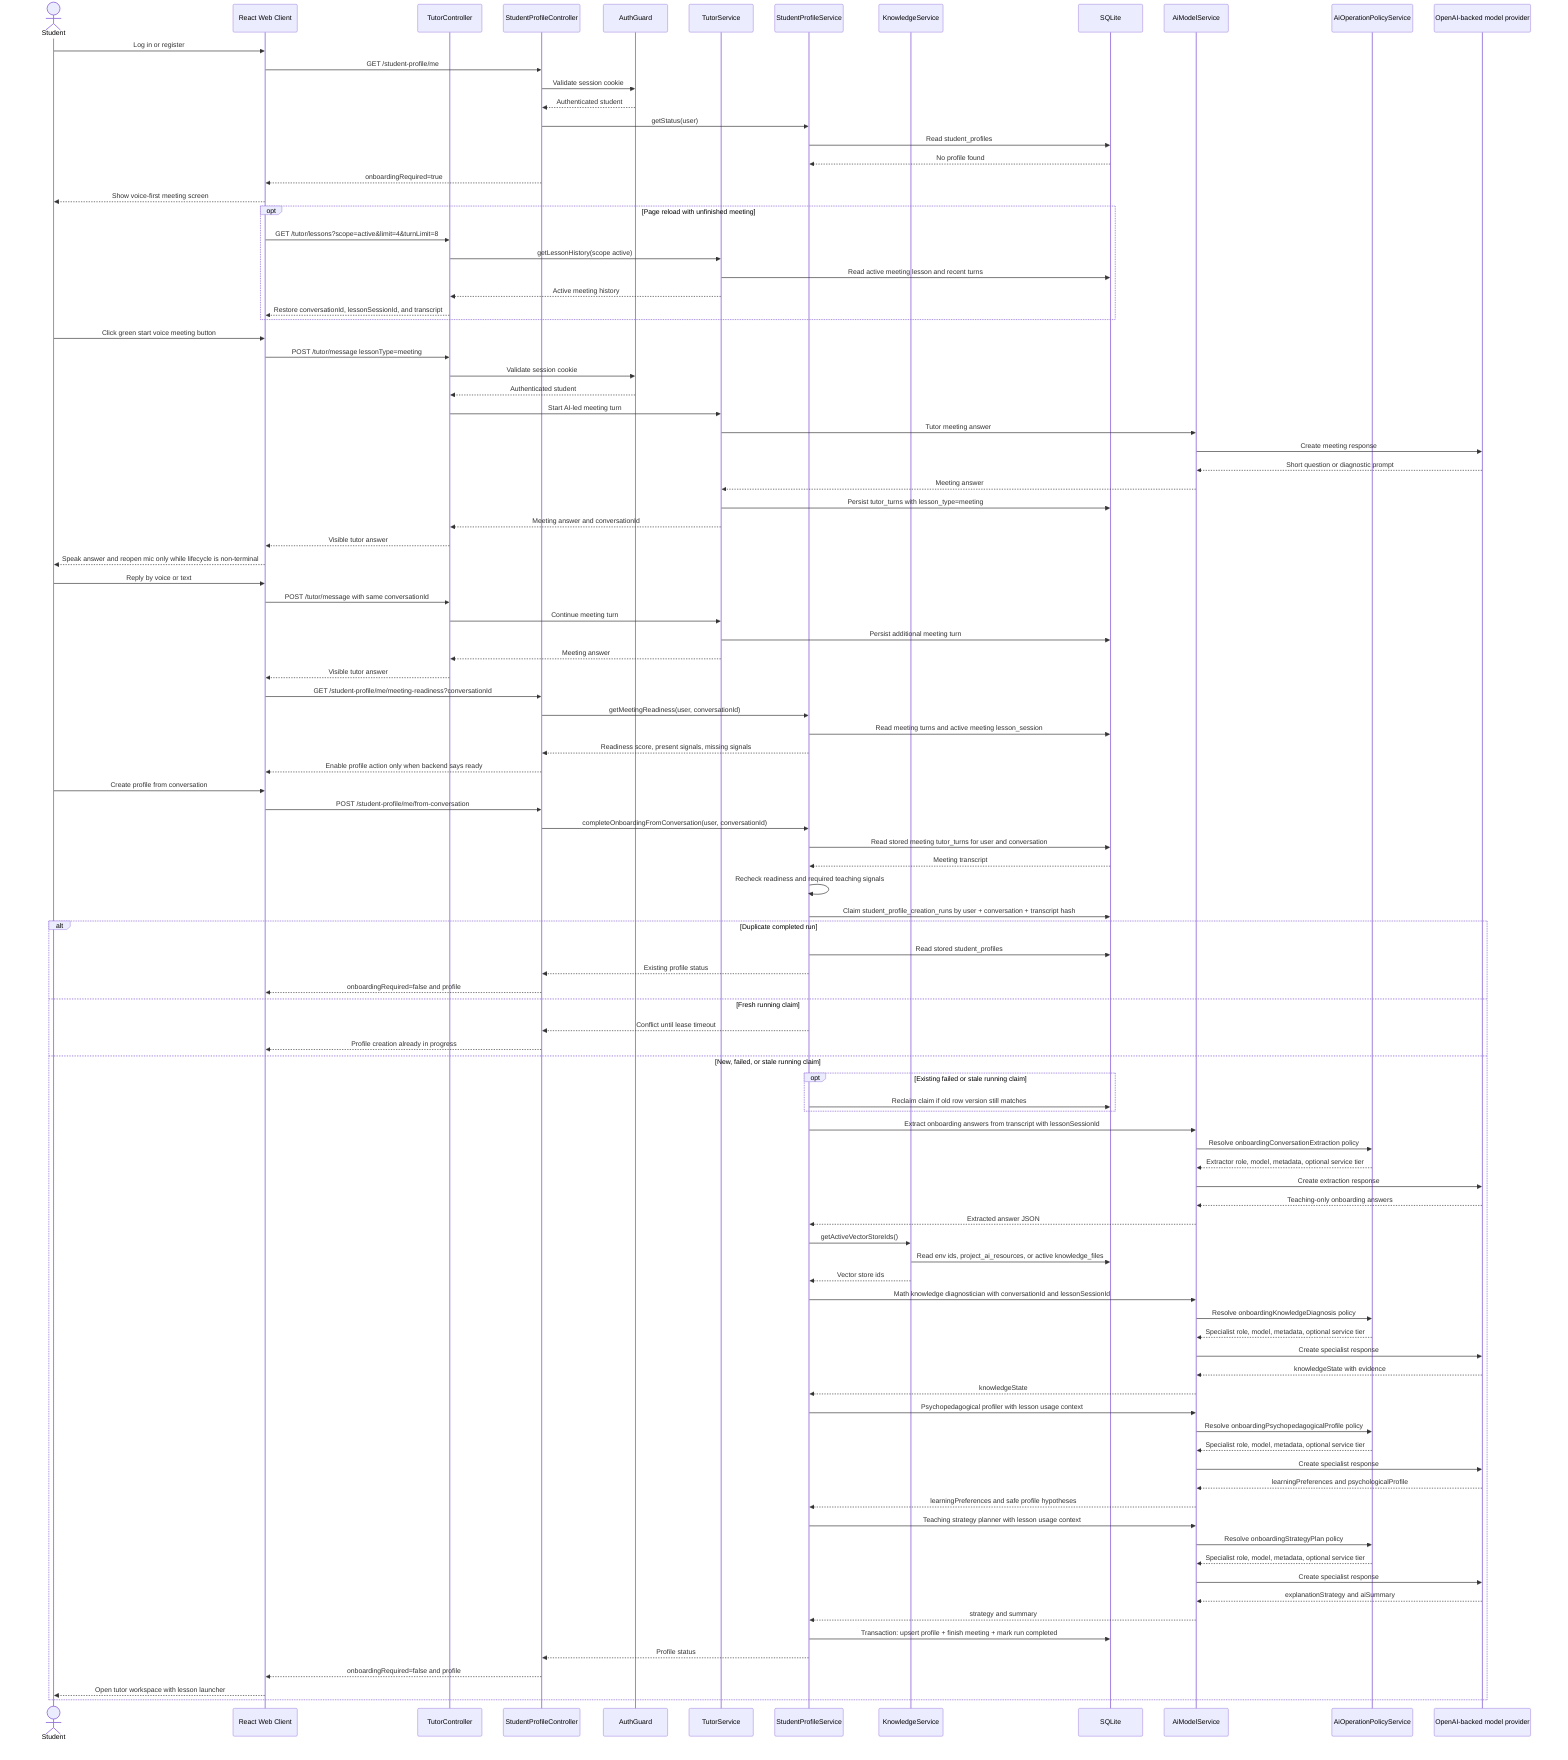
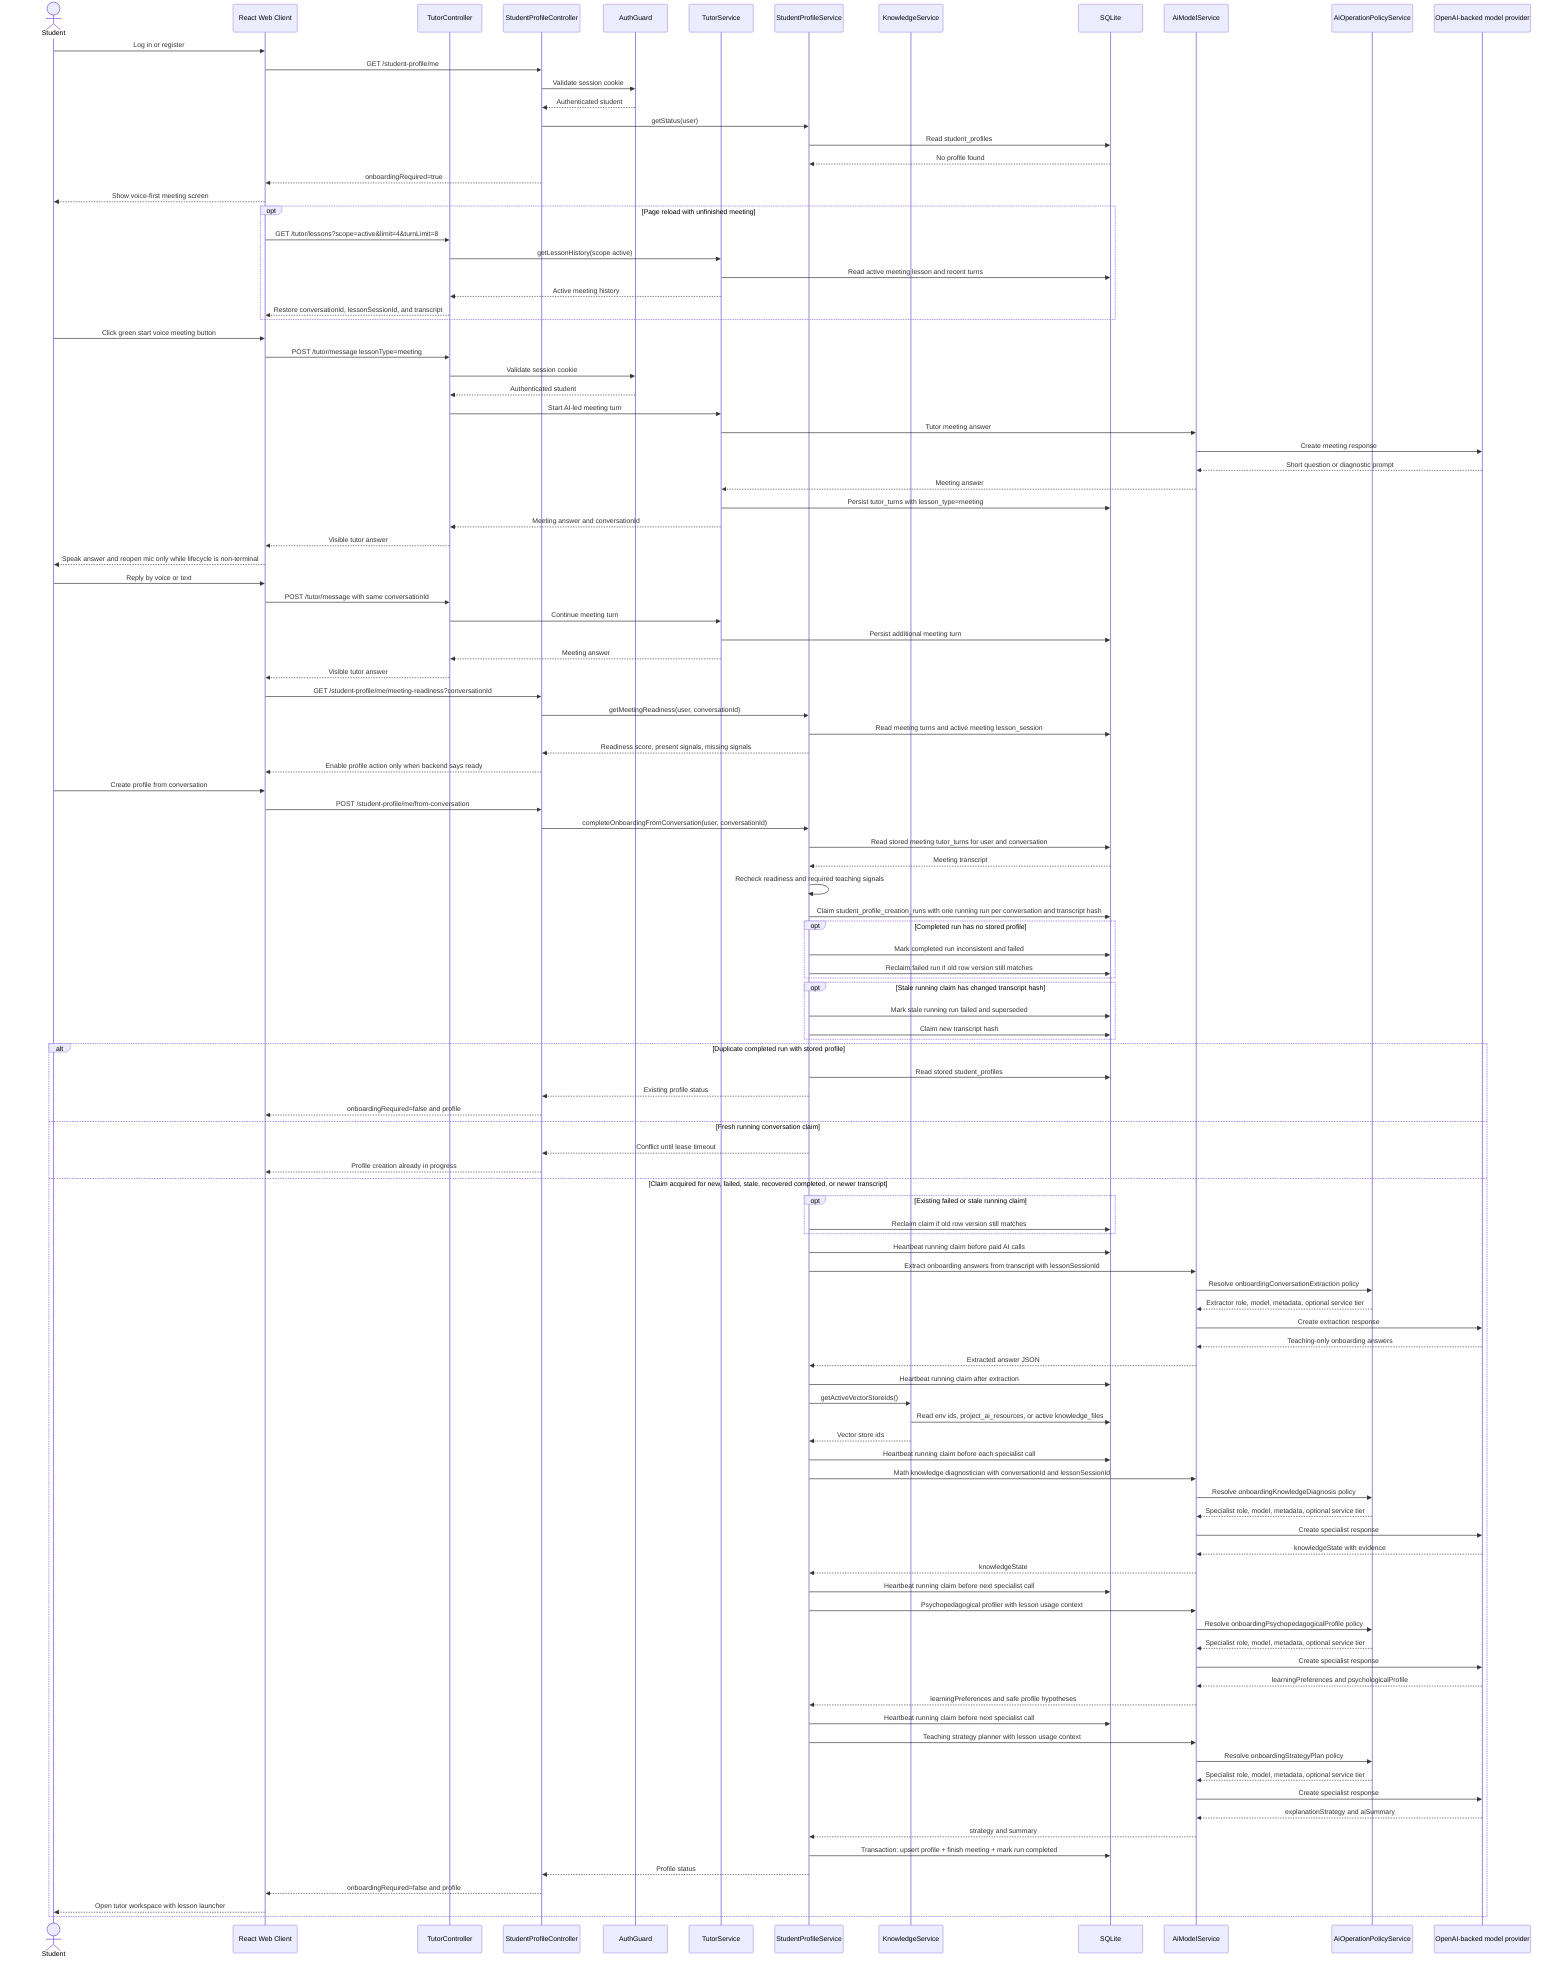
sequenceDiagram
  actor Student
  participant Web as React Web Client
  participant TutorApi as TutorController
  participant API as StudentProfileController
  participant Auth as AuthGuard
  participant Tutor as TutorService
  participant Profile as StudentProfileService
  participant Knowledge as KnowledgeService
  participant DB as SQLite
  participant AIModel as AiModelService
  participant Policy as AiOperationPolicyService
  participant OpenAI as OpenAI-backed model provider

  Student->>Web: Log in or register
  Web->>API: GET /student-profile/me
  API->>Auth: Validate session cookie
  Auth-->>API: Authenticated student
  API->>Profile: getStatus(user)
  Profile->>DB: Read student_profiles
  DB-->>Profile: No profile found
  API-->>Web: onboardingRequired=true
  Web-->>Student: Show voice-first meeting screen
  opt Page reload with unfinished meeting
    Web->>TutorApi: GET /tutor/lessons?scope=active&limit=4&turnLimit=8
    TutorApi->>Tutor: getLessonHistory(scope active)
    Tutor->>DB: Read active meeting lesson and recent turns
    Tutor-->>TutorApi: Active meeting history
    TutorApi-->>Web: Restore conversationId, lessonSessionId, and transcript
  end
  Student->>Web: Click green start voice meeting button
  Web->>TutorApi: POST /tutor/message lessonType=meeting
  TutorApi->>Auth: Validate session cookie
  Auth-->>TutorApi: Authenticated student
  TutorApi->>Tutor: Start AI-led meeting turn
  Tutor->>AIModel: Tutor meeting answer
  AIModel->>OpenAI: Create meeting response
  OpenAI-->>AIModel: Short question or diagnostic prompt
  AIModel-->>Tutor: Meeting answer
  Tutor->>DB: Persist tutor_turns with lesson_type=meeting
  Tutor-->>TutorApi: Meeting answer and conversationId
  TutorApi-->>Web: Visible tutor answer
  Web-->>Student: Speak answer and reopen mic only while lifecycle is non-terminal
  Student->>Web: Reply by voice or text
  Web->>TutorApi: POST /tutor/message with same conversationId
  TutorApi->>Tutor: Continue meeting turn
  Tutor->>DB: Persist additional meeting turn
  Tutor-->>TutorApi: Meeting answer
  TutorApi-->>Web: Visible tutor answer
  Web->>API: GET /student-profile/me/meeting-readiness?conversationId
  API->>Profile: getMeetingReadiness(user, conversationId)
  Profile->>DB: Read meeting turns and active meeting lesson_session
  Profile-->>API: Readiness score, present signals, missing signals
  API-->>Web: Enable profile action only when backend says ready
  Student->>Web: Create profile from conversation
  Web->>API: POST /student-profile/me/from-conversation
  API->>Profile: completeOnboardingFromConversation(user, conversationId)
  Profile->>DB: Read stored meeting tutor_turns for user and conversation
  DB-->>Profile: Meeting transcript
  Profile->>Profile: Recheck readiness and required teaching signals
-   Profile->>DB: Claim student_profile_creation_runs by user + conversation + transcript hash
-   alt Duplicate completed run
+   Profile->>DB: Claim student_profile_creation_runs with one running run per conversation and transcript hash
+   opt Completed run has no stored profile
+     Profile->>DB: Mark completed run inconsistent and failed
+     Profile->>DB: Reclaim failed run if old row version still matches
+   end
+   opt Stale running claim has changed transcript hash
+     Profile->>DB: Mark stale running run failed and superseded
+     Profile->>DB: Claim new transcript hash
+   end
+   alt Duplicate completed run with stored profile
    Profile->>DB: Read stored student_profiles
    Profile-->>API: Existing profile status
    API-->>Web: onboardingRequired=false and profile
-   else Fresh running claim
+   else Fresh running conversation claim
    Profile-->>API: Conflict until lease timeout
    API-->>Web: Profile creation already in progress
-   else New, failed, or stale running claim
+   else Claim acquired for new, failed, stale, recovered completed, or newer transcript
    opt Existing failed or stale running claim
      Profile->>DB: Reclaim claim if old row version still matches
    end
+     Profile->>DB: Heartbeat running claim before paid AI calls
    Profile->>AIModel: Extract onboarding answers from transcript with lessonSessionId
    AIModel->>Policy: Resolve onboardingConversationExtraction policy
    Policy-->>AIModel: Extractor role, model, metadata, optional service tier
    AIModel->>OpenAI: Create extraction response
    OpenAI-->>AIModel: Teaching-only onboarding answers
    AIModel-->>Profile: Extracted answer JSON
+     Profile->>DB: Heartbeat running claim after extraction
    Profile->>Knowledge: getActiveVectorStoreIds()
    Knowledge->>DB: Read env ids, project_ai_resources, or active knowledge_files
    Knowledge-->>Profile: Vector store ids
+     Profile->>DB: Heartbeat running claim before each specialist call
    Profile->>AIModel: Math knowledge diagnostician with conversationId and lessonSessionId
    AIModel->>Policy: Resolve onboardingKnowledgeDiagnosis policy
    Policy-->>AIModel: Specialist role, model, metadata, optional service tier
    AIModel->>OpenAI: Create specialist response
    OpenAI-->>AIModel: knowledgeState with evidence
    AIModel-->>Profile: knowledgeState
+     Profile->>DB: Heartbeat running claim before next specialist call
    Profile->>AIModel: Psychopedagogical profiler with lesson usage context
    AIModel->>Policy: Resolve onboardingPsychopedagogicalProfile policy
    Policy-->>AIModel: Specialist role, model, metadata, optional service tier
    AIModel->>OpenAI: Create specialist response
    OpenAI-->>AIModel: learningPreferences and psychologicalProfile
    AIModel-->>Profile: learningPreferences and safe profile hypotheses
+     Profile->>DB: Heartbeat running claim before next specialist call
    Profile->>AIModel: Teaching strategy planner with lesson usage context
    AIModel->>Policy: Resolve onboardingStrategyPlan policy
    Policy-->>AIModel: Specialist role, model, metadata, optional service tier
    AIModel->>OpenAI: Create specialist response
    OpenAI-->>AIModel: explanationStrategy and aiSummary
    AIModel-->>Profile: strategy and summary
    Profile->>DB: Transaction: upsert profile + finish meeting + mark run completed
    Profile-->>API: Profile status
    API-->>Web: onboardingRequired=false and profile
    Web-->>Student: Open tutor workspace with lesson launcher
  end
